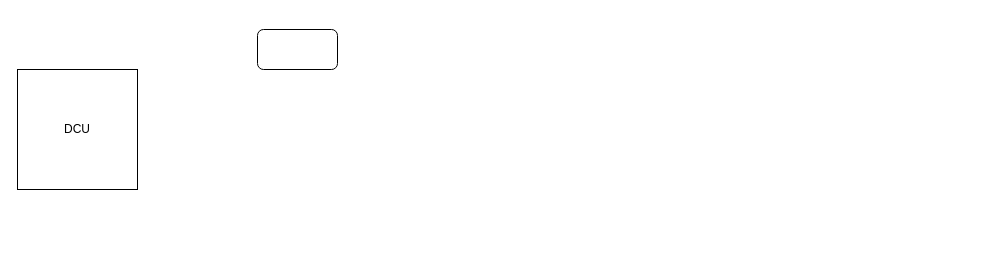
This is PLC工装.drawio from elemiles/meter, a draw.io file, before an edit. Source tidied: cells renumbered, new cells numbered last; positions are measured from the earlier drawing's top-left corner, leaving out a move shared by most shapes. Both pictures are drawn from the tidied source at 100%, with x=0, y=0 at pixel (17, 29).
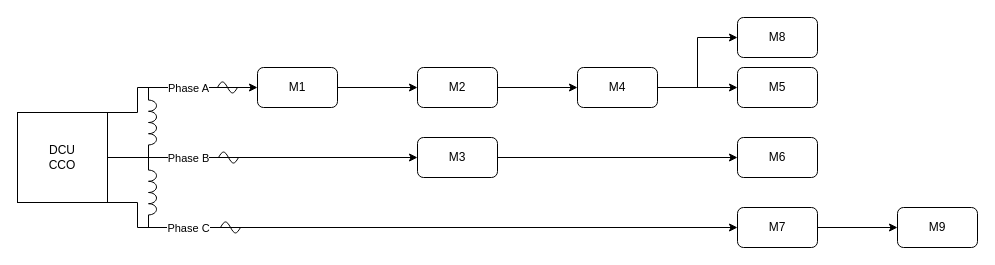
Above is the later version.

Diff of the diagram source:
```diff
@@
+    <mxCell id="4" style="edgeStyle=orthogonalEdgeStyle;rounded=0;jettySize=auto;html=1;exitX=1;exitY=0;exitDx=0;exitDy=0;entryX=0;entryY=0.5;entryDx=0;entryDy=0;" parent="1" edge="1" source="2" target="3">
+      <mxGeometry relative="1" as="geometry">
+        <Array as="points">
+          <mxPoint x="120" y="83" />
+          <mxPoint x="120" y="58" />
+        </Array>
+      </mxGeometry>
+    </mxCell>
+    <mxCell id="5" value="Phase A" style="edgeLabel;html=1;align=center;verticalAlign=middle;" parent="4" vertex="1">
+      <mxGeometry x="0.15" relative="1" as="geometry">
+        <mxPoint x="4" as="offset" />
+      </mxGeometry>
+    </mxCell>
+    <mxCell id="6" style="edgeStyle=orthogonalEdgeStyle;rounded=0;jettySize=auto;html=1;exitX=1;exitY=1;exitDx=0;exitDy=0;entryX=0;entryY=0.5;entryDx=0;entryDy=0;" parent="1" edge="1" source="2" target="20">
+      <mxGeometry relative="1" as="geometry">
+        <Array as="points">
+          <mxPoint x="120" y="173" />
+          <mxPoint x="120" y="198" />
+        </Array>
+      </mxGeometry>
+    </mxCell>
+    <mxCell id="7" value="Phase C" style="edgeLabel;html=1;align=center;verticalAlign=middle;" parent="6" vertex="1">
+      <mxGeometry x="-0.67" y="3" relative="1" as="geometry">
+        <mxPoint x="-3" y="3" as="offset" />
+      </mxGeometry>
+    </mxCell>
-    <mxCell id="2" value="DCU" style="whiteSpace=wrap;html=1;" parent="1" vertex="1">
-      <mxGeometry y="40" width="120" height="120" as="geometry" />
+    <mxCell id="2" value="DCU&lt;br&gt;CCO" style="whiteSpace=wrap;html=1;" parent="1" vertex="1">
+      <mxGeometry y="83" width="90" height="90" as="geometry" />
     </mxCell>
+    <mxCell id="8" style="edgeStyle=orthogonalEdgeStyle;rounded=0;jettySize=auto;html=1;exitX=1;exitY=0.5;exitDx=0;exitDy=0;entryX=0;entryY=0.5;entryDx=0;entryDy=0;" parent="1" edge="1" source="3" target="10">
+      <mxGeometry relative="1" as="geometry" />
+    </mxCell>
-    <mxCell id="3" style="rounded=1;whiteSpace=wrap;html=1;" parent="1" vertex="1">
-      <mxGeometry x="240" width="80" height="40" as="geometry" />
+    <mxCell id="3" value="M1" style="rounded=1;whiteSpace=wrap;html=1;" parent="1" vertex="1">
+      <mxGeometry x="240" y="38" width="80" height="40" as="geometry" />
     </mxCell>
+    <mxCell id="9" style="edgeStyle=orthogonalEdgeStyle;rounded=0;jettySize=auto;html=1;exitX=1;exitY=0.5;exitDx=0;exitDy=0;entryX=0;entryY=0.5;entryDx=0;entryDy=0;" parent="1" edge="1" source="10" target="13">
+      <mxGeometry relative="1" as="geometry" />
+    </mxCell>
+    <mxCell id="10" value="M2" style="rounded=1;whiteSpace=wrap;html=1;" parent="1" vertex="1">
+      <mxGeometry x="400" y="38" width="80" height="40" as="geometry" />
+    </mxCell>
+    <mxCell id="11" style="edgeStyle=orthogonalEdgeStyle;rounded=0;jettySize=auto;html=1;exitX=1;exitY=0.5;exitDx=0;exitDy=0;entryX=0;entryY=0.5;entryDx=0;entryDy=0;" parent="1" edge="1" source="13" target="14">
+      <mxGeometry relative="1" as="geometry" />
+    </mxCell>
+    <mxCell id="12" style="edgeStyle=orthogonalEdgeStyle;rounded=0;jettySize=auto;html=1;exitX=1;exitY=0.5;exitDx=0;exitDy=0;entryX=0;entryY=0.5;entryDx=0;entryDy=0;" parent="1" edge="1" source="13" target="15">
+      <mxGeometry relative="1" as="geometry" />
+    </mxCell>
+    <mxCell id="13" value="M4" style="rounded=1;whiteSpace=wrap;html=1;" parent="1" vertex="1">
+      <mxGeometry x="560" y="38" width="80" height="40" as="geometry" />
+    </mxCell>
+    <mxCell id="14" value="M5" style="rounded=1;whiteSpace=wrap;html=1;" parent="1" vertex="1">
+      <mxGeometry x="720" y="38" width="80" height="40" as="geometry" />
+    </mxCell>
+    <mxCell id="15" value="M8" style="rounded=1;whiteSpace=wrap;html=1;" parent="1" vertex="1">
+      <mxGeometry x="720" y="-12" width="80" height="40" as="geometry" />
+    </mxCell>
+    <mxCell id="16" style="edgeStyle=orthogonalEdgeStyle;rounded=0;jettySize=auto;html=1;exitX=1;exitY=0.5;exitDx=0;exitDy=0;entryX=0;entryY=0.5;entryDx=0;entryDy=0;" parent="1" edge="1" source="17" target="18">
+      <mxGeometry relative="1" as="geometry" />
+    </mxCell>
+    <mxCell id="17" value="M3" style="rounded=1;whiteSpace=wrap;html=1;" parent="1" vertex="1">
+      <mxGeometry x="400" y="108" width="80" height="40" as="geometry" />
+    </mxCell>
+    <mxCell id="18" value="M6" style="rounded=1;whiteSpace=wrap;html=1;" parent="1" vertex="1">
+      <mxGeometry x="720" y="108" width="80" height="40" as="geometry" />
+    </mxCell>
+    <mxCell id="19" style="edgeStyle=orthogonalEdgeStyle;rounded=0;jettySize=auto;html=1;exitX=1;exitY=0.5;exitDx=0;exitDy=0;entryX=0;entryY=0.5;entryDx=0;entryDy=0;" parent="1" edge="1" source="20" target="25">
+      <mxGeometry relative="1" as="geometry" />
+    </mxCell>
+    <mxCell id="20" value="M7" style="rounded=1;whiteSpace=wrap;html=1;" parent="1" vertex="1">
+      <mxGeometry x="720" y="178" width="80" height="40" as="geometry" />
+    </mxCell>
+    <mxCell id="21" style="edgeStyle=orthogonalEdgeStyle;rounded=0;jettySize=auto;html=1;exitX=1;exitY=0.5;exitDx=0;exitDy=0;entryX=0;entryY=0.5;entryDx=0;entryDy=0;" parent="1" edge="1" source="2" target="17">
+      <mxGeometry relative="1" as="geometry" />
+    </mxCell>
+    <mxCell id="22" value="Phase B" style="edgeLabel;html=1;align=center;verticalAlign=middle;" parent="21" vertex="1">
+      <mxGeometry x="-0.29" y="-1" relative="1" as="geometry">
+        <mxPoint x="-30" y="-1" as="offset" />
+      </mxGeometry>
+    </mxCell>
+    <mxCell id="23" style="verticalLabelPosition=bottom;shadow=0;dashed=0;align=center;html=1;verticalAlign=top;shape=mxgraph.electrical.inductors.inductor_3;rotation=90;" parent="1" vertex="1">
+      <mxGeometry x="100" y="89" width="70" height="8" as="geometry" />
+    </mxCell>
+    <mxCell id="24" style="verticalLabelPosition=bottom;shadow=0;dashed=0;align=center;html=1;verticalAlign=top;shape=mxgraph.electrical.inductors.inductor_3;rotation=90;" parent="1" vertex="1">
+      <mxGeometry x="100" y="159" width="70" height="8" as="geometry" />
+    </mxCell>
+    <mxCell id="25" value="M9" style="rounded=1;whiteSpace=wrap;html=1;" parent="1" vertex="1">
+      <mxGeometry x="880" y="178" width="80" height="40" as="geometry" />
+    </mxCell>
+    <mxCell id="26" style="verticalLabelPosition=bottom;shadow=0;dashed=0;align=center;html=1;verticalAlign=top;shape=mxgraph.electrical.waveforms.sine_wave;" parent="1" vertex="1">
+      <mxGeometry x="200" y="50.6" width="20" height="14.7" as="geometry" />
+    </mxCell>
+    <mxCell id="27" style="verticalLabelPosition=bottom;shadow=0;dashed=0;align=center;html=1;verticalAlign=top;shape=mxgraph.electrical.waveforms.sine_wave;" parent="1" vertex="1">
+      <mxGeometry x="203" y="190.6" width="20" height="14.7" as="geometry" />
+    </mxCell>
+    <mxCell id="28" style="verticalLabelPosition=bottom;shadow=0;dashed=0;align=center;html=1;verticalAlign=top;shape=mxgraph.electrical.waveforms.sine_wave;" parent="1" vertex="1">
+      <mxGeometry x="201" y="120.7" width="20" height="14.7" as="geometry" />
+    </mxCell>
```
